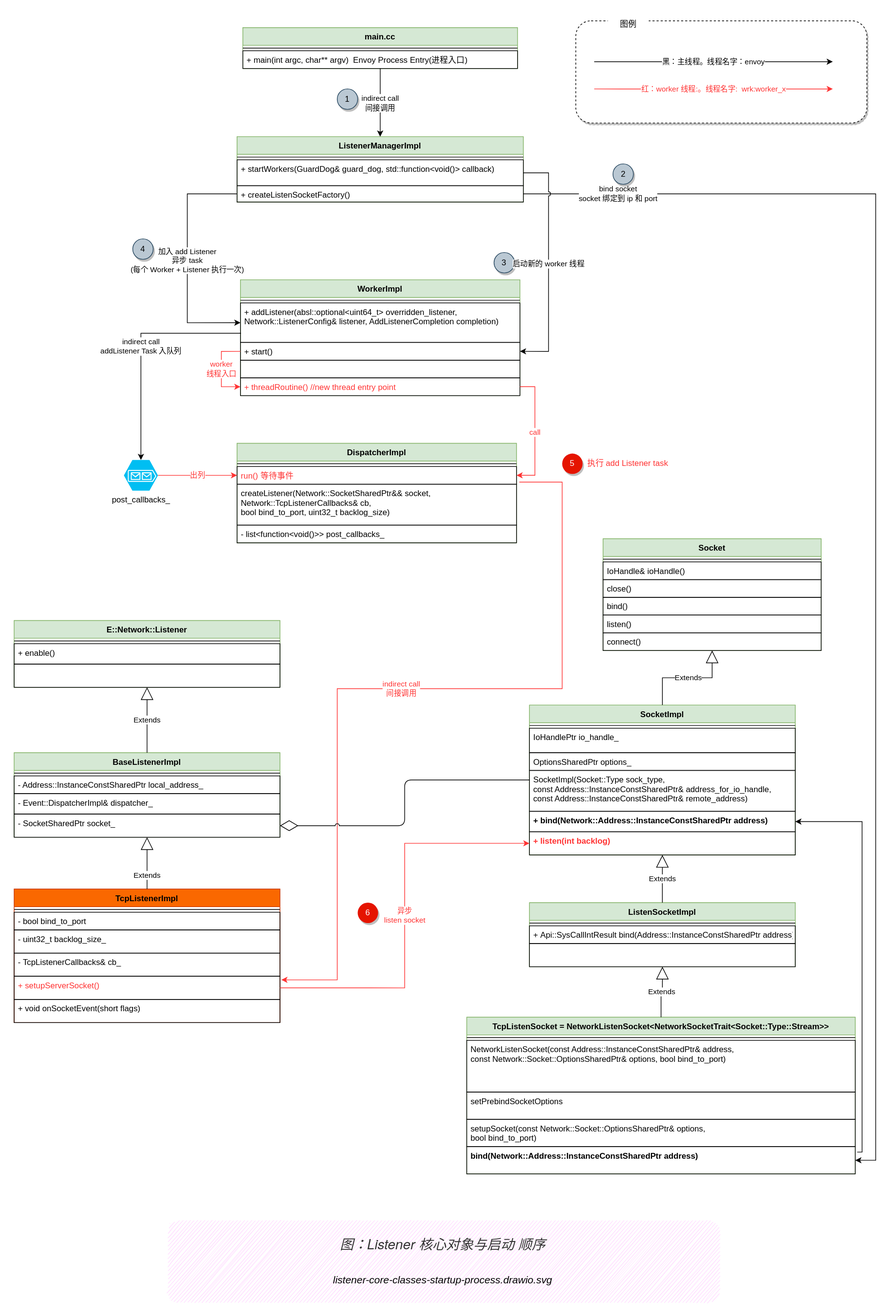
Above: docs/source/ch2-envoy/arch/listener/listener.assets/listener-core-classes-startup-process.drawio.svg in labilezhu/istio-insider (draw.io), before the change. Source tidied: cells renumbered, new cells last; positions are measured from the earlier drawing's top-left corner, leaving out a move shared by most shapes.
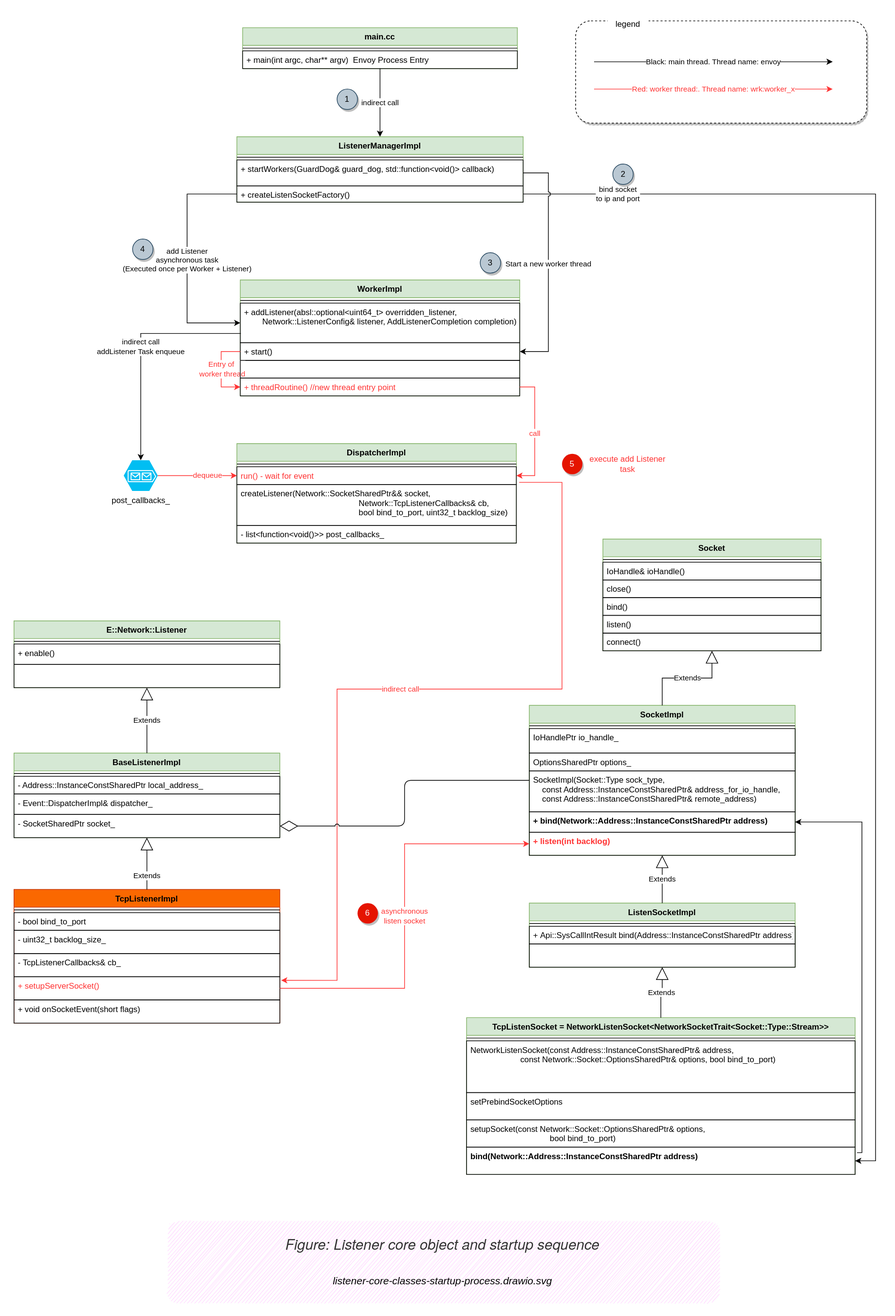
Later version of the same file.

Change to the diagram source:
```diff
@@ -2,7 +2,7 @@
   <root>
     <mxCell id="0" />
     <mxCell id="1" parent="0" />
-    <object id="2" label="&lt;font style=&quot;font-size: 20px;&quot;&gt;&lt;em style=&quot;border-color: var(--border-color); color: rgb(51, 51, 51); font-family: &amp;quot;Helvetica Neue&amp;quot;, Helvetica, &amp;quot;Segoe UI&amp;quot;, Arial, freesans, sans-serif; text-align: start;&quot;&gt;图：Listener 核心对象与启动&lt;/em&gt;&lt;em style=&quot;border-color: var(--border-color); color: rgb(51, 51, 51); font-family: &amp;quot;Helvetica Neue&amp;quot;, Helvetica, &amp;quot;Segoe UI&amp;quot;, Arial, freesans, sans-serif; text-align: start;&quot;&gt;顺序&lt;br&gt;&lt;/em&gt;&lt;br&gt;&lt;font style=&quot;font-size: 15px;&quot;&gt;%page%&lt;/font&gt;&lt;br&gt;&lt;/font&gt;" a="b" placeholders="1">
+    <object id="2" label="&lt;div style=&quot;text-align: start;&quot;&gt;&lt;font face=&quot;Helvetica Neue, Helvetica, Segoe UI, Arial, freesans, sans-serif&quot; color=&quot;#333333&quot;&gt;Figure: Listener core object and startup sequence&lt;/font&gt;&lt;/div&gt;&lt;font style=&quot;font-size: 20px;&quot;&gt;&lt;font style=&quot;font-size: 15px;&quot;&gt;&lt;br&gt;%page%&lt;/font&gt;&lt;br&gt;&lt;/font&gt;" a="b" placeholders="1">
       <mxCell style="text;html=1;strokeColor=none;fillColor=#FFCCFF;align=center;verticalAlign=middle;whiteSpace=wrap;rounded=1;glass=0;sketch=1;shadow=0;fontStyle=2;fontSize=21;" parent="1" vertex="1">
         <mxGeometry x="224" y="1770" width="810" height="120" as="geometry" />
       </mxCell>
@@ -118,7 +118,7 @@
     <mxCell id="39" value="Extends" style="endArrow=block;endSize=16;endFill=0;html=1;rounded=0;fontColor=default;strokeColor=#000000;strokeWidth=1;edgeStyle=orthogonalEdgeStyle;jumpStyle=arc;" parent="1" edge="1" source="35" target="21">
       <mxGeometry x="0.01" relative="1" as="geometry" />
     </mxCell>
-    <mxCell id="40" value="异步&lt;br&gt;listen socket" style="endArrow=classic;html=1;rounded=0;fontColor=#FF3333;strokeColor=#FF3333;strokeWidth=1;edgeStyle=orthogonalEdgeStyle;jumpStyle=arc;exitX=1;exitY=0.5;exitDx=0;exitDy=0;" parent="1" edge="1" source="18" target="27">
+    <mxCell id="40" value="asynchronous&lt;br&gt;listen socket" style="endArrow=classic;html=1;rounded=0;fontColor=#FF3333;strokeColor=#FF3333;strokeWidth=1;edgeStyle=orthogonalEdgeStyle;jumpStyle=arc;exitX=1;exitY=0.5;exitDx=0;exitDy=0;" parent="1" edge="1" source="18" target="27">
       <mxGeometry relative="1" as="geometry" />
     </mxCell>
     <mxCell id="41" value="ListenerManagerImpl" style="swimlane;fontStyle=1;align=center;verticalAlign=top;horizontal=1;startSize=26;fillColor=#d5e8d4;strokeColor=#82b366;" parent="1" vertex="1">
@@ -145,7 +145,7 @@
     <mxCell id="48" value="+ start()" style="text;fillColor=none;align=left;verticalAlign=top;spacingLeft=4;spacingRight=4;overflow=hidden;points=[[0,0.5],[1,0.5]];portConstraint=eastwest;strokeColor=#000000;" parent="45" vertex="1">
       <mxGeometry y="92" width="410" height="26" as="geometry" />
     </mxCell>
-    <mxCell id="49" value="worker&lt;br&gt;线程入口" style="endArrow=classic;html=1;rounded=0;fontColor=#FF3333;edgeStyle=orthogonalEdgeStyle;exitX=0;exitY=0.5;exitDx=0;exitDy=0;strokeColor=#FF3333;entryX=0;entryY=0.5;entryDx=0;entryDy=0;" parent="45" edge="1" source="48" target="51">
+    <mxCell id="49" value="Entry of&lt;br&gt;&amp;nbsp;worker thread" style="endArrow=classic;html=1;rounded=0;fontColor=#FF3333;edgeStyle=orthogonalEdgeStyle;exitX=0;exitY=0.5;exitDx=0;exitDy=0;strokeColor=#FF3333;entryX=0;entryY=0.5;entryDx=0;entryDy=0;" parent="45" edge="1" source="48" target="51">
       <mxGeometry relative="1" as="geometry">
         <Array as="points">
           <mxPoint x="-28" y="105" />
@@ -165,10 +165,10 @@
     <mxCell id="53" style="line;strokeWidth=1;fillColor=none;align=left;verticalAlign=middle;spacingTop=-1;spacingLeft=3;spacingRight=3;labelPosition=right;" parent="52" vertex="1">
       <mxGeometry y="26" width="403" height="8" as="geometry" />
     </mxCell>
-    <mxCell id="54" value="+ main(int argc, char** argv)  Envoy Process Entry(进程入口)" style="text;fillColor=none;align=left;verticalAlign=top;spacingLeft=4;spacingRight=4;overflow=hidden;points=[[0,0.5],[1,0.5]];portConstraint=eastwest;strokeColor=#000000;" parent="52" vertex="1">
+    <mxCell id="54" value="+ main(int argc, char** argv)  Envoy Process Entry" style="text;fillColor=none;align=left;verticalAlign=top;spacingLeft=4;spacingRight=4;overflow=hidden;points=[[0,0.5],[1,0.5]];portConstraint=eastwest;strokeColor=#000000;" parent="52" vertex="1">
       <mxGeometry y="34" width="403" height="26" as="geometry" />
     </mxCell>
-    <mxCell id="55" value="indirect call&lt;br&gt;间接调用" style="endArrow=classic;html=1;rounded=0;" parent="1" edge="1" source="54" target="41">
+    <mxCell id="55" value="indirect call" style="endArrow=classic;html=1;rounded=0;" parent="1" edge="1" source="54" target="41">
       <mxGeometry relative="1" as="geometry" />
     </mxCell>
     <mxCell id="56" value="post_callbacks_" style="verticalLabelPosition=bottom;html=1;verticalAlign=top;align=center;strokeColor=none;fillColor=#00BEF2;shape=mxgraph.azure.storage_queue;" parent="1" vertex="1">
@@ -180,7 +180,7 @@
     <mxCell id="58" style="line;strokeWidth=1;fillColor=none;align=left;verticalAlign=middle;spacingTop=-1;spacingLeft=3;spacingRight=3;labelPosition=right;" parent="57" vertex="1">
       <mxGeometry y="26" width="410" height="8" as="geometry" />
     </mxCell>
-    <mxCell id="59" value="run() 等待事件" style="text;fillColor=none;align=left;verticalAlign=top;spacingLeft=4;spacingRight=4;overflow=hidden;points=[[0,0.5],[1,0.5]];portConstraint=eastwest;strokeColor=#000000;fontColor=#FF3333;" parent="57" vertex="1">
+    <mxCell id="59" value="run() - wait for event" style="text;fillColor=none;align=left;verticalAlign=top;spacingLeft=4;spacingRight=4;overflow=hidden;points=[[0,0.5],[1,0.5]];portConstraint=eastwest;strokeColor=#000000;fontColor=#FF3333;" parent="57" vertex="1">
       <mxGeometry y="34" width="410" height="26" as="geometry" />
     </mxCell>
     <mxCell id="60" value="createListener(Network::SocketSharedPtr&amp;&amp; socket,&#10;                                                    Network::TcpListenerCallbacks&amp; cb,&#10;                                                    bool bind_to_port, uint32_t backlog_size)" style="text;fillColor=none;align=left;verticalAlign=top;spacingLeft=4;spacingRight=4;overflow=hidden;strokeColor=#000000;" parent="57" vertex="1">
@@ -189,7 +189,7 @@
     <mxCell id="61" value="- list&lt;function&lt;void()&gt;&gt; post_callbacks_" style="text;fillColor=none;align=left;verticalAlign=top;spacingLeft=4;spacingRight=4;overflow=hidden;strokeColor=#000000;" parent="57" vertex="1">
       <mxGeometry y="120" width="410" height="26" as="geometry" />
     </mxCell>
-    <mxCell id="62" value="bind socket&lt;br&gt;socket 绑定到 ip 和 port" style="endArrow=classic;html=1;rounded=0;exitX=1;exitY=0.5;exitDx=0;exitDy=0;edgeStyle=orthogonalEdgeStyle;" parent="1" edge="1" source="44" target="33">
+    <mxCell id="62" value="bind socket&lt;br&gt;to ip and port" style="endArrow=classic;html=1;rounded=0;exitX=1;exitY=0.5;exitDx=0;exitDy=0;edgeStyle=orthogonalEdgeStyle;" parent="1" edge="1" source="44" target="33">
       <mxGeometry x="-0.86" relative="1" as="geometry">
         <Array as="points">
           <mxPoint x="1264" y="264" />
@@ -197,7 +197,7 @@
         </Array>
       </mxGeometry>
     </mxCell>
-    <mxCell id="63" value="加入 add Listener&lt;br&gt;异步 task&lt;br&gt;(每个 Worker + Listener 执行一次)" style="endArrow=classic;html=1;rounded=0;edgeStyle=orthogonalEdgeStyle;entryX=0;entryY=0.5;entryDx=0;entryDy=0;" parent="1" edge="1" source="44" target="47">
+    <mxCell id="63" value="&lt;div&gt;add Listener&lt;/div&gt;&lt;div&gt;asynchronous task&lt;/div&gt;&lt;div&gt;(Executed once per Worker + Listener)&lt;/div&gt;" style="endArrow=classic;html=1;rounded=0;edgeStyle=orthogonalEdgeStyle;entryX=0;entryY=0.5;entryDx=0;entryDy=0;" parent="1" edge="1" source="44" target="47">
       <mxGeometry relative="1" as="geometry">
         <Array as="points">
           <mxPoint x="254" y="264" />
@@ -205,13 +205,13 @@
         </Array>
       </mxGeometry>
     </mxCell>
-    <mxCell id="64" value="indirect call&lt;br&gt;addListener Task 入队列" style="endArrow=classic;html=1;rounded=0;edgeStyle=orthogonalEdgeStyle;entryX=0.5;entryY=0;entryDx=0;entryDy=0;entryPerimeter=0;exitX=0.002;exitY=0.767;exitDx=0;exitDy=0;exitPerimeter=0;" parent="1" edge="1" source="47" target="56">
+    <mxCell id="64" value="indirect call&lt;br&gt;addListener Task enqueue" style="endArrow=classic;html=1;rounded=0;edgeStyle=orthogonalEdgeStyle;entryX=0.5;entryY=0;entryDx=0;entryDy=0;entryPerimeter=0;exitX=0.002;exitY=0.767;exitDx=0;exitDy=0;exitPerimeter=0;" parent="1" edge="1" source="47" target="56">
       <mxGeometry relative="1" as="geometry" />
     </mxCell>
-    <mxCell id="65" value="出列" style="endArrow=classic;html=1;rounded=0;fontColor=#FF3333;edgeStyle=orthogonalEdgeStyle;exitX=1;exitY=0.5;exitDx=0;exitDy=0;exitPerimeter=0;strokeColor=#FF3333;" parent="1" edge="1" source="56" target="59">
-      <mxGeometry relative="1" as="geometry" />
+    <mxCell id="65" value="dequeue" style="endArrow=classic;html=1;rounded=0;fontColor=#FF3333;edgeStyle=orthogonalEdgeStyle;exitX=1;exitY=0.5;exitDx=0;exitDy=0;exitPerimeter=0;strokeColor=#FF3333;" parent="1" edge="1" source="56" target="59">
+      <mxGeometry x="0.26" relative="1" as="geometry" />
     </mxCell>
-    <mxCell id="66" value="&lt;div&gt;indirect call&lt;/div&gt;&lt;div&gt;间接调用&lt;/div&gt;" style="endArrow=classic;html=1;rounded=0;fontColor=#FF3333;edgeStyle=orthogonalEdgeStyle;strokeColor=#FF3333;entryX=1.005;entryY=0.155;entryDx=0;entryDy=0;entryPerimeter=0;jumpStyle=arc;exitX=1.01;exitY=0.881;exitDx=0;exitDy=0;exitPerimeter=0;" parent="1" edge="1" source="59" target="18">
+    <mxCell id="66" value="&lt;div&gt;indirect call&lt;/div&gt;" style="endArrow=classic;html=1;rounded=0;fontColor=#FF3333;edgeStyle=orthogonalEdgeStyle;strokeColor=#FF3333;entryX=1.005;entryY=0.155;entryDx=0;entryDy=0;entryPerimeter=0;jumpStyle=arc;exitX=1.01;exitY=0.881;exitDx=0;exitDy=0;exitPerimeter=0;" parent="1" edge="1" source="59" target="18">
       <mxGeometry relative="1" as="geometry">
         <Array as="points">
           <mxPoint x="804" y="687" />
@@ -234,9 +234,9 @@
       <mxGeometry x="804" y="645" width="30" height="30" as="geometry" />
     </mxCell>
     <mxCell id="71" value="3" style="ellipse;whiteSpace=wrap;html=1;fillColor=#bac8d3;strokeColor=#23445d;shadow=1;" parent="1" vertex="1">
-      <mxGeometry x="704" y="350" width="30" height="30" as="geometry" />
+      <mxGeometry x="684" y="350" width="30" height="30" as="geometry" />
     </mxCell>
-    <mxCell id="72" value="启动新的 worker 线程" style="endArrow=classic;html=1;rounded=0;fontColor=#000000;strokeColor=#000000;edgeStyle=orthogonalEdgeStyle;jumpStyle=arc;entryX=1;entryY=0.5;entryDx=0;entryDy=0;" parent="1" edge="1" source="43" target="48">
+    <mxCell id="72" value="Start a new worker thread" style="endArrow=classic;html=1;rounded=0;fontColor=#000000;strokeColor=#000000;edgeStyle=orthogonalEdgeStyle;jumpStyle=arc;entryX=1;entryY=0.5;entryDx=0;entryDy=0;" parent="1" edge="1" source="43" target="48">
       <mxGeometry relative="1" as="geometry">
         <Array as="points">
           <mxPoint x="784" y="233" />
@@ -252,7 +252,7 @@
         </Array>
       </mxGeometry>
     </mxCell>
-    <mxCell id="74" value="执行 add Listener task" style="text;html=1;strokeColor=none;fillColor=none;align=center;verticalAlign=middle;whiteSpace=wrap;rounded=0;shadow=1;fontColor=#FF3333;" parent="1" vertex="1">
+    <mxCell id="74" value="execute add Listener task" style="text;html=1;strokeColor=none;fillColor=none;align=center;verticalAlign=middle;whiteSpace=wrap;rounded=0;shadow=1;fontColor=#FF3333;" parent="1" vertex="1">
       <mxGeometry x="837" y="645" width="127" height="30" as="geometry" />
     </mxCell>
     <mxCell id="75" value="6" style="ellipse;whiteSpace=wrap;html=1;fontColor=#ffffff;fillColor=#e51400;strokeColor=none;shadow=1;" parent="1" vertex="1">
@@ -261,15 +261,15 @@
     <mxCell id="76" style="rounded=1;whiteSpace=wrap;html=1;shadow=1;fontColor=#FF3333;dashed=1;" parent="1" vertex="1">
       <mxGeometry x="824" y="10" width="427" height="150" as="geometry" />
     </mxCell>
-    <mxCell id="77" value="黑：主线程。线程名字：envoy" style="endArrow=classic;html=1;rounded=0;entryX=0.883;entryY=0.4;entryDx=0;entryDy=0;entryPerimeter=0;" parent="1" edge="1" target="76">
+    <mxCell id="77" value="Black: main thread. Thread name: envoy" style="endArrow=classic;html=1;rounded=0;entryX=0.883;entryY=0.4;entryDx=0;entryDy=0;entryPerimeter=0;" parent="1" edge="1" target="76">
       <mxGeometry relative="1" as="geometry">
         <mxPoint x="851" y="70" as="sourcePoint" />
       </mxGeometry>
     </mxCell>
-    <mxCell id="78" value="图例" style="text;html=1;strokeColor=none;fillColor=default;align=center;verticalAlign=middle;whiteSpace=wrap;rounded=0;shadow=0;fontColor=#000000;" parent="1" vertex="1">
+    <mxCell id="78" value="legend" style="text;html=1;strokeColor=none;fillColor=default;align=center;verticalAlign=middle;whiteSpace=wrap;rounded=0;shadow=0;fontColor=#000000;" parent="1" vertex="1">
       <mxGeometry x="871" width="60" height="30" as="geometry" />
     </mxCell>
-    <mxCell id="79" value="红：worker 线程:。线程名字:&amp;nbsp;&amp;nbsp;wrk:worker_x" style="endArrow=classic;html=1;rounded=0;entryX=0.883;entryY=0.667;entryDx=0;entryDy=0;entryPerimeter=0;strokeColor=#FF3333;fontColor=#FF3333;" parent="1" edge="1" target="76">
+    <mxCell id="79" value="Red: worker thread:. Thread name: wrk:worker_x" style="endArrow=classic;html=1;rounded=0;entryX=0.883;entryY=0.667;entryDx=0;entryDy=0;entryPerimeter=0;strokeColor=#FF3333;fontColor=#FF3333;" parent="1" edge="1" target="76">
       <mxGeometry relative="1" as="geometry">
         <mxPoint x="851" y="110" as="sourcePoint" />
       </mxGeometry>
```
